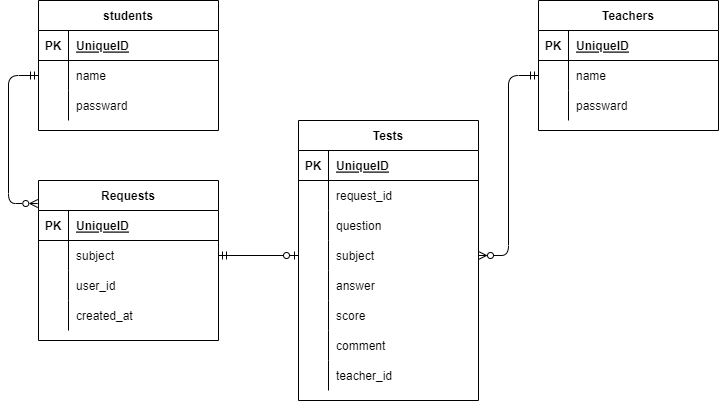
Earlier version of the draw.io export er.drawio.png (tangrowth/ER_test). Source tidied: cells renumbered, new cells last; positions are measured from the earlier drawing's top-left corner, leaving out a move shared by most shapes.
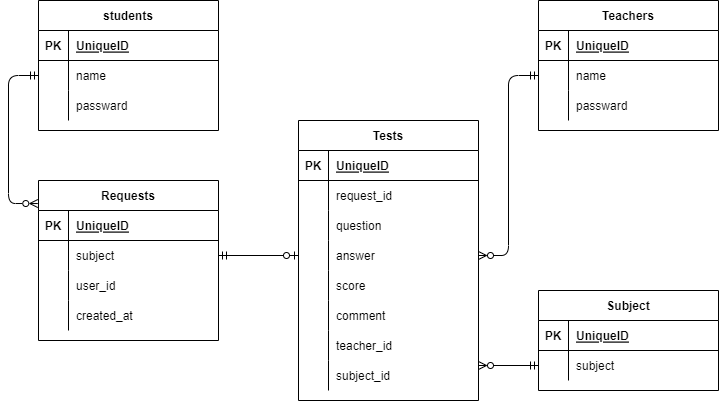
After the commit.

Commit message:
subjecyテーブル作成

The edit, as a diff of the source:
```diff
@@ -131,17 +131,8 @@
     <mxCell id="44" value="question" style="shape=partialRectangle;fillColor=none;top=0;left=0;bottom=0;right=0;align=left;spacingLeft=6;overflow=hidden;" parent="42" vertex="1">
       <mxGeometry x="30" width="150" height="30" as="geometry" />
     </mxCell>
-    <mxCell id="45" style="shape=partialRectangle;fillColor=none;top=0;left=0;bottom=0;right=0;points=[[0,0.5],[1,0.5]];portConstraint=eastwest;" parent="35" vertex="1">
-      <mxGeometry y="120" width="180" height="30" as="geometry" />
-    </mxCell>
-    <mxCell id="46" style="shape=partialRectangle;fillColor=none;top=0;left=0;bottom=0;right=0;overflow=hidden;" parent="45" vertex="1">
-      <mxGeometry width="30" height="30" as="geometry" />
-    </mxCell>
-    <mxCell id="47" value="subject" style="shape=partialRectangle;fillColor=none;top=0;left=0;bottom=0;right=0;align=left;spacingLeft=6;overflow=hidden;" parent="45" vertex="1">
-      <mxGeometry x="30" width="150" height="30" as="geometry" />
-    </mxCell>
     <mxCell id="48" style="shape=partialRectangle;fillColor=none;top=0;left=0;bottom=0;right=0;" parent="35" vertex="1">
-      <mxGeometry y="150" width="180" height="30" as="geometry" />
+      <mxGeometry y="120" width="180" height="30" as="geometry" />
     </mxCell>
     <mxCell id="49" style="shape=partialRectangle;fillColor=none;top=0;left=0;bottom=0;right=0;overflow=hidden;" parent="48" vertex="1">
       <mxGeometry width="30" height="30" as="geometry" />
@@ -150,7 +141,7 @@
       <mxGeometry x="30" width="150" height="30" as="geometry" />
     </mxCell>
     <mxCell id="51" style="shape=partialRectangle;fillColor=none;top=0;left=0;bottom=0;right=0;" parent="35" vertex="1">
-      <mxGeometry y="180" width="180" height="30" as="geometry" />
+      <mxGeometry y="150" width="180" height="30" as="geometry" />
     </mxCell>
     <mxCell id="52" style="shape=partialRectangle;fillColor=none;top=0;left=0;bottom=0;right=0;overflow=hidden;" parent="51" vertex="1">
       <mxGeometry width="30" height="30" as="geometry" />
@@ -159,7 +150,7 @@
       <mxGeometry x="30" width="150" height="30" as="geometry" />
     </mxCell>
     <mxCell id="54" style="shape=partialRectangle;fillColor=none;top=0;left=0;bottom=0;right=0;" parent="35" vertex="1">
-      <mxGeometry y="210" width="180" height="30" as="geometry" />
+      <mxGeometry y="180" width="180" height="30" as="geometry" />
     </mxCell>
     <mxCell id="55" style="shape=partialRectangle;fillColor=none;top=0;left=0;bottom=0;right=0;overflow=hidden;" parent="54" vertex="1">
       <mxGeometry width="30" height="30" as="geometry" />
@@ -168,7 +159,7 @@
       <mxGeometry x="30" width="150" height="30" as="geometry" />
     </mxCell>
     <mxCell id="57" style="shape=partialRectangle;fillColor=none;top=0;left=0;bottom=0;right=0;" parent="35" vertex="1">
-      <mxGeometry y="240" width="180" height="30" as="geometry" />
+      <mxGeometry y="210" width="180" height="30" as="geometry" />
     </mxCell>
     <mxCell id="58" style="shape=partialRectangle;fillColor=none;top=0;left=0;bottom=0;right=0;overflow=hidden;" parent="57" vertex="1">
       <mxGeometry width="30" height="30" as="geometry" />
@@ -176,6 +167,15 @@
     <mxCell id="59" value="teacher_id" style="shape=partialRectangle;fillColor=none;top=0;left=0;bottom=0;right=0;align=left;spacingLeft=6;overflow=hidden;" parent="57" vertex="1">
       <mxGeometry x="30" width="150" height="30" as="geometry" />
     </mxCell>
+    <mxCell id="64" style="shape=partialRectangle;fillColor=none;top=0;left=0;bottom=0;right=0;" parent="35" vertex="1">
+      <mxGeometry y="240" width="180" height="30" as="geometry" />
+    </mxCell>
+    <mxCell id="65" style="shape=partialRectangle;fillColor=none;top=0;left=0;bottom=0;right=0;overflow=hidden;" parent="64" vertex="1">
+      <mxGeometry width="30" height="30" as="geometry" />
+    </mxCell>
+    <mxCell id="66" value="subject_id" style="shape=partialRectangle;fillColor=none;top=0;left=0;bottom=0;right=0;align=left;spacingLeft=6;overflow=hidden;" parent="64" vertex="1">
+      <mxGeometry x="30" width="150" height="30" as="geometry" />
+    </mxCell>
     <mxCell id="60" style="edgeStyle=none;html=1;exitX=1;exitY=0.5;exitDx=0;exitDy=0;entryX=1;entryY=0.5;entryDx=0;entryDy=0;startArrow=ERmandOne;startFill=0;endArrow=ERmandOne;endFill=0;" parent="1" edge="1" source="x">
       <mxGeometry relative="1" as="geometry">
         <mxPoint x="710" y="475" as="targetPoint" />
@@ -193,16 +193,45 @@
         </Array>
       </mxGeometry>
     </mxCell>
-    <mxCell id="62" style="edgeStyle=none;html=1;exitX=1;exitY=0.5;exitDx=0;exitDy=0;entryX=0;entryY=0.5;entryDx=0;entryDy=0;startArrow=ERmandOne;startFill=0;endArrow=ERzeroToOne;endFill=0;" parent="1" edge="1" source="26" target="45">
-      <mxGeometry relative="1" as="geometry" />
+    <mxCell id="62" style="edgeStyle=none;html=1;exitX=1;exitY=0.5;exitDx=0;exitDy=0;entryX=0;entryY=0.5;entryDx=0;entryDy=0;startArrow=ERmandOne;startFill=0;endArrow=ERzeroToOne;endFill=0;" parent="1" edge="1" source="26">
+      <mxGeometry relative="1" as="geometry">
+        <mxPoint x="290" y="255" as="targetPoint" />
+      </mxGeometry>
     </mxCell>
-    <mxCell id="63" style="edgeStyle=none;html=1;exitX=0;exitY=0.5;exitDx=0;exitDy=0;entryX=1;entryY=0.5;entryDx=0;entryDy=0;startArrow=ERmandOne;startFill=0;endArrow=ERzeroToMany;endFill=0;" parent="1" edge="1" source="16" target="45">
+    <mxCell id="63" style="edgeStyle=none;html=1;exitX=0;exitY=0.5;exitDx=0;exitDy=0;entryX=1;entryY=0.5;entryDx=0;entryDy=0;startArrow=ERmandOne;startFill=0;endArrow=ERzeroToMany;endFill=0;" parent="1" edge="1" source="16">
       <mxGeometry relative="1" as="geometry">
+        <mxPoint x="470" y="255" as="targetPoint" />
         <Array as="points">
           <mxPoint x="500" y="75" />
           <mxPoint x="500" y="255" />
         </Array>
       </mxGeometry>
     </mxCell>
+    <mxCell id="67" value="Subject" style="shape=table;startSize=30;rowLines=0;fontStyle=1;align=center;" parent="1" vertex="1">
+      <mxGeometry x="530" y="290" width="180" height="100" as="geometry" />
+    </mxCell>
+    <mxCell id="68" style="shape=partialRectangle;fillColor=none;top=0;left=0;bottom=1;right=0;" parent="67" vertex="1">
+      <mxGeometry y="30" width="180" height="30" as="geometry" />
+    </mxCell>
+    <mxCell id="69" value="PK" style="shape=partialRectangle;fillColor=none;top=0;left=0;bottom=0;right=0;fontStyle=1;overflow=hidden;" parent="68" vertex="1">
+      <mxGeometry width="30" height="30" as="geometry" />
+    </mxCell>
+    <mxCell id="70" value="UniqueID" style="shape=partialRectangle;fillColor=none;top=0;left=0;bottom=0;right=0;align=left;spacingLeft=6;fontStyle=5;overflow=hidden;" parent="68" vertex="1">
+      <mxGeometry x="30" width="150" height="30" as="geometry" />
+    </mxCell>
+    <mxCell id="71" style="shape=partialRectangle;fillColor=none;top=0;left=0;bottom=0;right=0;points=[[0,0.5],[1,0.5]];portConstraint=eastwest;" parent="67" vertex="1">
+      <mxGeometry y="60" width="180" height="30" as="geometry" />
+    </mxCell>
+    <mxCell id="72" style="shape=partialRectangle;fillColor=none;top=0;left=0;bottom=0;right=0;overflow=hidden;" parent="71" vertex="1">
+      <mxGeometry width="30" height="30" as="geometry" />
+    </mxCell>
+    <mxCell id="47" value="subject" style="shape=partialRectangle;fillColor=none;top=0;left=0;bottom=0;right=0;align=left;spacingLeft=6;overflow=hidden;" parent="71" vertex="1">
+      <mxGeometry x="30" width="150" height="30" as="geometry" />
+    </mxCell>
+    <mxCell id="73" style="edgeStyle=none;html=1;exitX=0;exitY=0.5;exitDx=0;exitDy=0;startArrow=ERmandOne;startFill=0;endArrow=ERzeroToMany;endFill=0;" parent="1" edge="1" source="71">
+      <mxGeometry relative="1" as="geometry">
+        <mxPoint x="470" y="365" as="targetPoint" />
+      </mxGeometry>
+    </mxCell>
   </root>
 </mxGraphModel>
```
